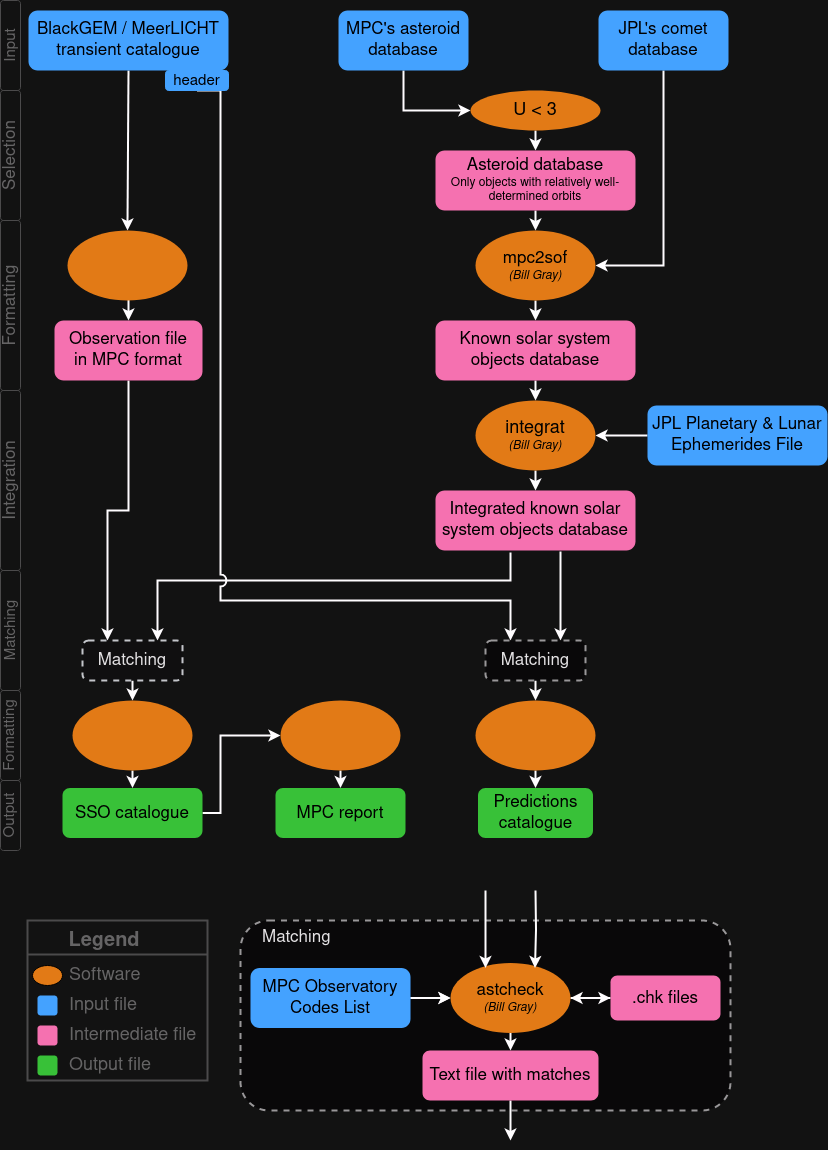
The draw.io diagram match2SSO_flow.png in dpieterse/match2SSO, before a commit. Source tidied: cells renumbered, new cells last; positions are measured from the earlier drawing's top-left corner, leaving out a move shared by most shapes.
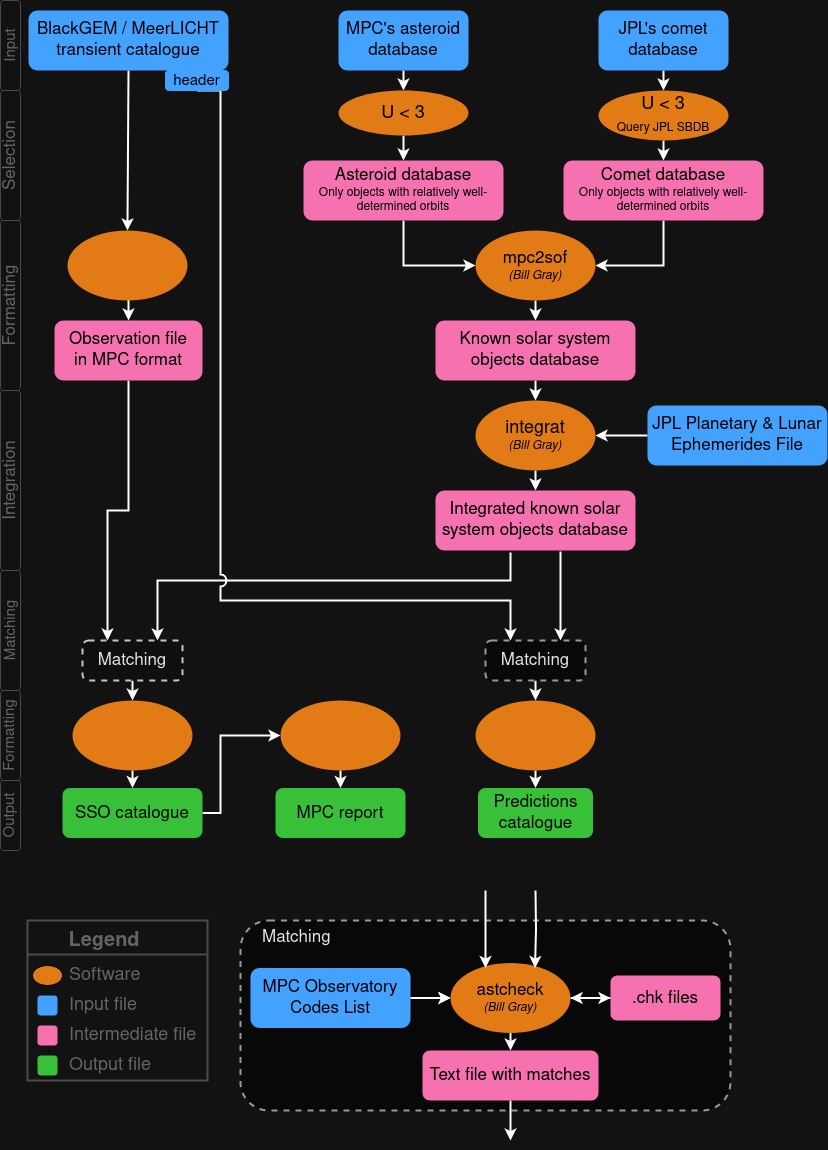
The same diagram one commit later.

Commit message:
Updated flow chart

Change to the diagram source:
```diff
@@ -8,7 +8,7 @@
     <mxCell id="3" style="rounded=0;whiteSpace=wrap;html=1;fontSize=20;fontColor=#000000;strokeColor=#B3B3B3;fillColor=none;align=left;strokeWidth=2;" parent="1" vertex="1">
       <mxGeometry x="27" y="920" width="180" height="160" as="geometry" />
     </mxCell>
-    <mxCell id="4" style="edgeStyle=orthogonalEdgeStyle;rounded=0;jettySize=auto;html=1;exitX=0.5;exitY=1;exitDx=0;exitDy=0;entryX=0;entryY=0.5;entryDx=0;entryDy=0;strokeWidth=2;" parent="1" edge="1" source="5" target="69">
+    <mxCell id="4" style="edgeStyle=orthogonalEdgeStyle;rounded=0;jettySize=auto;html=1;exitX=0.5;exitY=1;exitDx=0;exitDy=0;entryX=0.5;entryY=0;entryDx=0;entryDy=0;strokeWidth=2;" parent="1" edge="1" source="5" target="69">
       <mxGeometry relative="1" as="geometry" />
     </mxCell>
     <mxCell id="5" value="MPC's asteroid database" style="rounded=1;whiteSpace=wrap;html=1;fontSize=17;glass=0;strokeWidth=1;shadow=0;fillColor=#1675D6;fontColor=#ffffff;strokeColor=none;" parent="1" vertex="1">
@@ -34,9 +34,9 @@
     <mxCell id="10" value="&lt;div style=&quot;font-size: 17px&quot;&gt;Integrated known solar system objects database&lt;br&gt;&lt;/div&gt;" style="rounded=1;whiteSpace=wrap;html=1;fontSize=12;glass=0;strokeWidth=1;shadow=0;fillColor=#CF4C89;fontColor=#ffffff;strokeColor=none;" parent="1" vertex="1">
       <mxGeometry x="435" y="490" width="200" height="60" as="geometry" />
     </mxCell>
-    <mxCell id="11" style="edgeStyle=orthogonalEdgeStyle;rounded=0;jettySize=auto;html=1;exitX=0.5;exitY=1;exitDx=0;exitDy=0;entryX=1;entryY=0.5;entryDx=0;entryDy=0;strokeWidth=2;" parent="1" edge="1" source="12" target="31">
-      <mxGeometry relative="1" as="geometry" />
-    </mxCell>
+    <mxCell id="76" style="edgeStyle=orthogonalEdgeStyle;rounded=0;jettySize=auto;html=1;exitX=0.5;exitY=1;exitDx=0;exitDy=0;entryX=0.5;entryY=0;entryDx=0;entryDy=0;strokeWidth=2;" parent="1" edge="1" source="12" target="78">
+      <mxGeometry relative="1" as="geometry" />
+    </mxCell>
     <mxCell id="12" value="JPL's comet database" style="rounded=1;whiteSpace=wrap;html=1;fontSize=17;glass=0;strokeWidth=1;shadow=0;fillColor=#1675D6;fontColor=#ffffff;strokeColor=none;" parent="1" vertex="1">
       <mxGeometry x="598" y="10" width="130" height="60" as="geometry" />
     </mxCell>
@@ -231,7 +231,7 @@
       <mxGeometry relative="1" as="geometry" />
     </mxCell>
     <mxCell id="69" value="&lt;font color=&quot;#ffffff&quot;&gt;U &amp;lt; 3&lt;/font&gt;" style="ellipse;whiteSpace=wrap;html=1;fontSize=18;fontColor=#000000;strokeColor=none;fillColor=#CC6600;align=center;rounded=1;fontStyle=0;" parent="1" vertex="1">
-      <mxGeometry x="470" y="90" width="130" height="40" as="geometry" />
+      <mxGeometry x="338" y="90" width="130" height="45" as="geometry" />
     </mxCell>
     <mxCell id="70" value="Formatting" style="rounded=1;whiteSpace=wrap;html=1;fillColor=none;strokeColor=#B3B3B3;horizontal=0;fontSize=17;fontColor=#999999;" parent="1" vertex="1">
       <mxGeometry y="220" width="20" height="170" as="geometry" />
@@ -242,14 +242,26 @@
     <mxCell id="72" value="&lt;div style=&quot;font-size: 17px&quot;&gt;Known solar system objects database&lt;br&gt;&lt;/div&gt;" style="rounded=1;whiteSpace=wrap;html=1;fontSize=12;glass=0;strokeWidth=1;shadow=0;fillColor=#CF4C89;fontColor=#ffffff;strokeColor=none;" parent="1" vertex="1">
       <mxGeometry x="435" y="320" width="200" height="60" as="geometry" />
     </mxCell>
-    <mxCell id="73" style="edgeStyle=orthogonalEdgeStyle;rounded=0;jettySize=auto;html=1;exitX=0.5;exitY=1;exitDx=0;exitDy=0;entryX=0.5;entryY=0;entryDx=0;entryDy=0;strokeWidth=2;" parent="1" edge="1" source="74" target="31">
+    <mxCell id="73" style="edgeStyle=orthogonalEdgeStyle;rounded=0;jettySize=auto;html=1;entryX=0;entryY=0.5;entryDx=0;entryDy=0;strokeWidth=2;" parent="1" edge="1" source="74" target="31">
       <mxGeometry relative="1" as="geometry" />
     </mxCell>
     <mxCell id="74" value="&lt;div style=&quot;font-size: 17px&quot;&gt;Asteroid database&lt;/div&gt;&lt;div style=&quot;&quot;&gt;Only objects with relatively well-determined orbits&lt;br&gt;&lt;/div&gt;" style="rounded=1;whiteSpace=wrap;html=1;fontSize=12;glass=0;strokeWidth=1;shadow=0;fillColor=#CF4C89;fontColor=#ffffff;strokeColor=none;" parent="1" vertex="1">
-      <mxGeometry x="435" y="150" width="200" height="60" as="geometry" />
+      <mxGeometry x="303" y="160" width="200" height="60" as="geometry" />
     </mxCell>
     <mxCell id="75" value="Integration" style="rounded=1;whiteSpace=wrap;html=1;fillColor=none;strokeColor=#B3B3B3;horizontal=0;fontSize=17;fontColor=#999999;" parent="1" vertex="1">
       <mxGeometry y="390" width="20" height="180" as="geometry" />
     </mxCell>
+    <mxCell id="77" style="edgeStyle=orthogonalEdgeStyle;rounded=0;jettySize=auto;html=1;exitX=0.5;exitY=1;exitDx=0;exitDy=0;entryX=0.5;entryY=0;entryDx=0;entryDy=0;strokeWidth=2;" parent="1" edge="1" source="78" target="80">
+      <mxGeometry relative="1" as="geometry" />
+    </mxCell>
+    <mxCell id="78" value="&lt;div&gt;&lt;font color=&quot;#ffffff&quot;&gt;U &amp;lt; 3&lt;/font&gt;&lt;/div&gt;&lt;font color=&quot;#ffffff&quot; style=&quot;font-size: 12px;&quot;&gt;Query JPL SBDB&lt;/font&gt;" style="ellipse;whiteSpace=wrap;html=1;fontSize=18;fontColor=#000000;strokeColor=none;fillColor=#CC6600;align=center;rounded=1;fontStyle=0;" parent="1" vertex="1">
+      <mxGeometry x="598" y="90" width="130" height="50" as="geometry" />
+    </mxCell>
+    <mxCell id="79" style="edgeStyle=orthogonalEdgeStyle;rounded=0;jettySize=auto;html=1;exitX=0.5;exitY=1;exitDx=0;exitDy=0;entryX=1;entryY=0.5;entryDx=0;entryDy=0;strokeWidth=2;" parent="1" edge="1" source="80" target="31">
+      <mxGeometry relative="1" as="geometry" />
+    </mxCell>
+    <mxCell id="80" value="&lt;div style=&quot;font-size: 17px&quot;&gt;Comet database&lt;/div&gt;&lt;div style=&quot;&quot;&gt;Only objects with relatively well-determined orbits&lt;br&gt;&lt;/div&gt;" style="rounded=1;whiteSpace=wrap;html=1;fontSize=12;glass=0;strokeWidth=1;shadow=0;fillColor=#CF4C89;fontColor=#ffffff;strokeColor=none;" parent="1" vertex="1">
+      <mxGeometry x="563" y="160" width="200" height="60" as="geometry" />
+    </mxCell>
   </root>
 </mxGraphModel>
```
